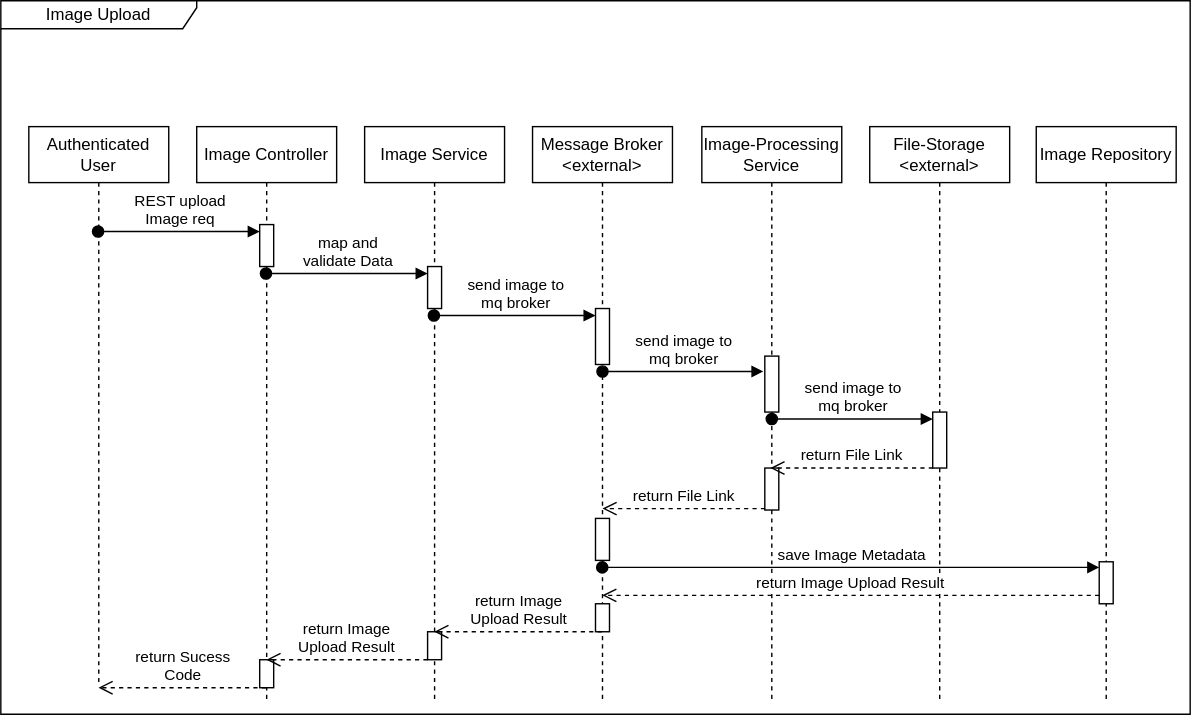
Z1rael/swa keeps this draw.io diagram as images/SWARC_Runtime_Image_Upload.drawio.svg. Above is the earlier version. Source tidied: cells renumbered, new cells last; positions are measured from the earlier drawing's top-left corner, leaving out a move shared by most shapes.
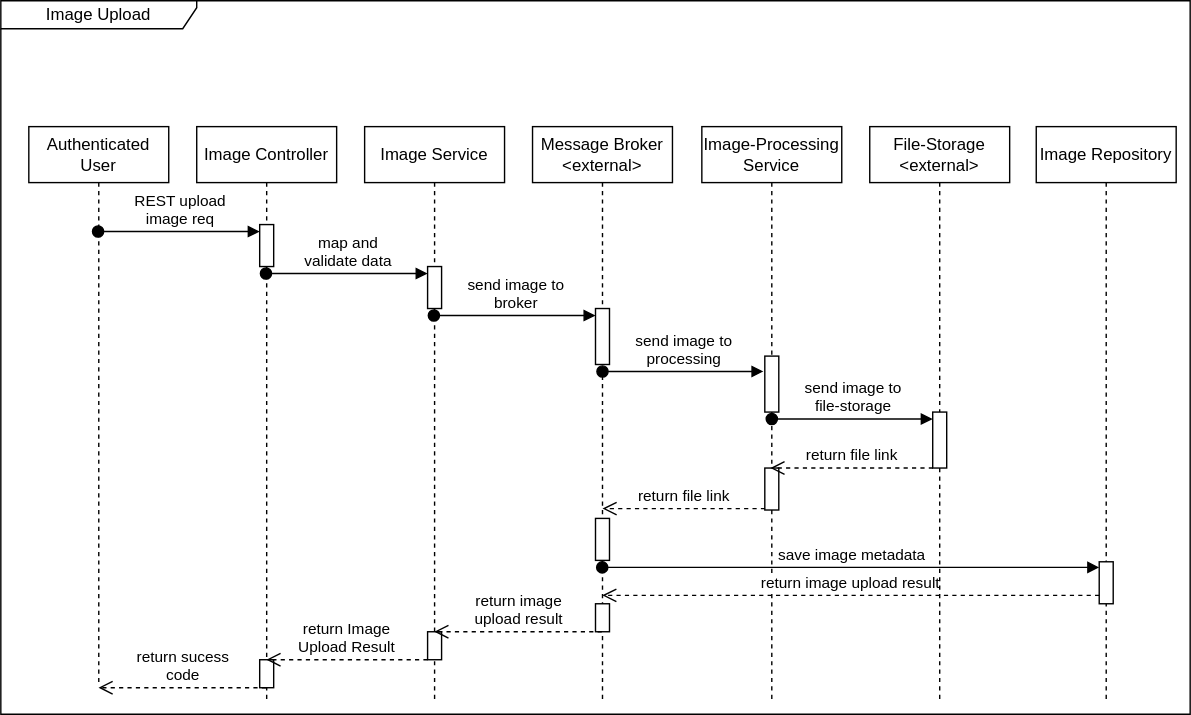
Later version of the same file.

Change to the diagram source:
```diff
@@ -41,13 +41,13 @@
     <mxCell id="14" value="Authenticated&lt;br&gt;User" style="shape=umlLifeline;perimeter=lifelinePerimeter;whiteSpace=wrap;html=1;outlineConnect=0;portConstraint=eastwest;newEdgeStyle={&quot;curved&quot;:0,&quot;rounded&quot;:0};" parent="1" vertex="1">
       <mxGeometry x="20" y="90" width="100" height="400" as="geometry" />
     </mxCell>
-    <mxCell id="15" value="REST upload&amp;nbsp;&lt;div&gt;Image req&lt;/div&gt;" style="html=1;verticalAlign=bottom;startArrow=oval;endArrow=block;startSize=8;curved=0;rounded=0;entryX=0;entryY=0;entryDx=0;entryDy=5;" parent="1" edge="1" source="14" target="4">
+    <mxCell id="15" value="REST upload&amp;nbsp;&lt;div&gt;image req&lt;/div&gt;" style="html=1;verticalAlign=bottom;startArrow=oval;endArrow=block;startSize=8;curved=0;rounded=0;entryX=0;entryY=0;entryDx=0;entryDy=5;" parent="1" edge="1" source="14" target="4">
       <mxGeometry relative="1" as="geometry" />
     </mxCell>
-    <mxCell id="16" value="map and &lt;br&gt;validate Data" style="html=1;verticalAlign=bottom;startArrow=oval;endArrow=block;startSize=8;curved=0;rounded=0;entryX=0;entryY=0;entryDx=0;entryDy=5;" parent="1" edge="1" source="3" target="6">
+    <mxCell id="16" value="map and &lt;br&gt;validate data" style="html=1;verticalAlign=bottom;startArrow=oval;endArrow=block;startSize=8;curved=0;rounded=0;entryX=0;entryY=0;entryDx=0;entryDy=5;" parent="1" edge="1" source="3" target="6">
       <mxGeometry relative="1" as="geometry" />
     </mxCell>
-    <mxCell id="17" value="send image to&amp;nbsp;&lt;div&gt;mq broker&lt;/div&gt;" style="html=1;verticalAlign=bottom;startArrow=oval;endArrow=block;startSize=8;curved=0;rounded=0;entryX=0;entryY=0;entryDx=0;entryDy=5;" parent="1" edge="1" source="5" target="8">
+    <mxCell id="17" value="send image to&amp;nbsp;&lt;div&gt;broker&lt;/div&gt;" style="html=1;verticalAlign=bottom;startArrow=oval;endArrow=block;startSize=8;curved=0;rounded=0;entryX=0;entryY=0;entryDx=0;entryDy=5;" parent="1" edge="1" source="5" target="8">
       <mxGeometry relative="1" as="geometry" />
     </mxCell>
     <mxCell id="18" value="Image-Processing Service" style="shape=umlLifeline;perimeter=lifelinePerimeter;whiteSpace=wrap;html=1;newEdgeStyle={&quot;curved&quot;:0,&quot;rounded&quot;:0};" parent="1" vertex="1">
@@ -59,25 +59,25 @@
     <mxCell id="20" style="html=1;perimeter=orthogonalPerimeter;targetShapes=umlLifeline;newEdgeStyle={&quot;curved&quot;:0,&quot;rounded&quot;:0};" parent="18" vertex="1">
       <mxGeometry x="45" y="244" width="10" height="30" as="geometry" />
     </mxCell>
-    <mxCell id="21" value="send image to&amp;nbsp;&lt;div&gt;mq broker&lt;/div&gt;" style="html=1;verticalAlign=bottom;startArrow=oval;endArrow=block;startSize=8;curved=0;rounded=0;entryX=0;entryY=0;entryDx=0;entryDy=5;" parent="1" edge="1">
+    <mxCell id="21" value="send image to&amp;nbsp;&lt;div&gt;processing&lt;/div&gt;" style="html=1;verticalAlign=bottom;startArrow=oval;endArrow=block;startSize=8;curved=0;rounded=0;entryX=0;entryY=0;entryDx=0;entryDy=5;" parent="1" edge="1">
       <mxGeometry relative="1" as="geometry">
         <mxPoint x="430" y="265" as="sourcePoint" />
         <mxPoint x="545" y="265" as="targetPoint" />
       </mxGeometry>
     </mxCell>
-    <mxCell id="22" value="send image to&amp;nbsp;&lt;div&gt;mq broker&lt;/div&gt;" style="html=1;verticalAlign=bottom;startArrow=oval;endArrow=block;startSize=8;curved=0;rounded=0;entryX=0;entryY=0;entryDx=0;entryDy=5;" parent="1" edge="1">
+    <mxCell id="22" value="send image to&amp;nbsp;&lt;div&gt;file-storage&lt;/div&gt;" style="html=1;verticalAlign=bottom;startArrow=oval;endArrow=block;startSize=8;curved=0;rounded=0;entryX=0;entryY=0;entryDx=0;entryDy=5;" parent="1" edge="1">
       <mxGeometry relative="1" as="geometry">
         <mxPoint x="551" y="299" as="sourcePoint" />
         <mxPoint x="666" y="299" as="targetPoint" />
       </mxGeometry>
     </mxCell>
-    <mxCell id="23" value="return File Link" style="html=1;verticalAlign=bottom;endArrow=open;dashed=1;endSize=8;curved=0;rounded=0;exitX=0;exitY=1;exitDx=0;exitDy=-5;" parent="1" edge="1">
+    <mxCell id="23" value="return file link" style="html=1;verticalAlign=bottom;endArrow=open;dashed=1;endSize=8;curved=0;rounded=0;exitX=0;exitY=1;exitDx=0;exitDy=-5;" parent="1" edge="1">
       <mxGeometry relative="1" as="geometry">
         <mxPoint x="666.2" y="334" as="sourcePoint" />
         <mxPoint x="550" y="334" as="targetPoint" />
       </mxGeometry>
     </mxCell>
-    <mxCell id="24" value="return File Link" style="html=1;verticalAlign=bottom;endArrow=open;dashed=1;endSize=8;curved=0;rounded=0;exitX=0;exitY=1;exitDx=0;exitDy=-5;" parent="1" edge="1">
+    <mxCell id="24" value="&lt;span style=&quot;color: rgb(0, 0, 0);&quot;&gt;return file link&lt;/span&gt;" style="html=1;verticalAlign=bottom;endArrow=open;dashed=1;endSize=8;curved=0;rounded=0;exitX=0;exitY=1;exitDx=0;exitDy=-5;" parent="1" edge="1">
       <mxGeometry relative="1" as="geometry">
         <mxPoint x="546.2" y="363" as="sourcePoint" />
         <mxPoint x="430" y="363" as="targetPoint" />
@@ -92,17 +92,17 @@
     <mxCell id="27" style="html=1;perimeter=orthogonalPerimeter;targetShapes=umlLifeline;newEdgeStyle={&quot;curved&quot;:0,&quot;rounded&quot;:0};" parent="1" vertex="1">
       <mxGeometry x="425" y="431" width="10" height="20" as="geometry" />
     </mxCell>
-    <mxCell id="28" value="save Image Metadata" style="html=1;verticalAlign=bottom;startArrow=oval;endArrow=block;startSize=8;curved=0;rounded=0;" parent="1" edge="1" target="13">
+    <mxCell id="28" value="save image metadata" style="html=1;verticalAlign=bottom;startArrow=oval;endArrow=block;startSize=8;curved=0;rounded=0;" parent="1" edge="1" target="13">
       <mxGeometry relative="1" as="geometry">
         <mxPoint x="429.8" y="405" as="sourcePoint" />
       </mxGeometry>
     </mxCell>
-    <mxCell id="29" value="return Image Upload Result" style="html=1;verticalAlign=bottom;endArrow=open;dashed=1;endSize=8;curved=0;rounded=0;" parent="1" edge="1" source="13">
+    <mxCell id="29" value="return image upload result" style="html=1;verticalAlign=bottom;endArrow=open;dashed=1;endSize=8;curved=0;rounded=0;" parent="1" edge="1" source="13">
       <mxGeometry relative="1" as="geometry">
         <mxPoint x="429.8" y="425" as="targetPoint" />
       </mxGeometry>
     </mxCell>
-    <mxCell id="30" value="return Image&amp;nbsp;&lt;div&gt;Upload Result&lt;/div&gt;" style="html=1;verticalAlign=bottom;endArrow=open;dashed=1;endSize=8;curved=0;rounded=0;" parent="1" edge="1">
+    <mxCell id="30" value="&lt;span style=&quot;color: rgb(0, 0, 0);&quot;&gt;return image&amp;nbsp;&lt;/span&gt;&lt;div&gt;&lt;span style=&quot;color: rgb(0, 0, 0);&quot;&gt;upload result&lt;/span&gt;&lt;/div&gt;" style="html=1;verticalAlign=bottom;endArrow=open;dashed=1;endSize=8;curved=0;rounded=0;" parent="1" edge="1">
       <mxGeometry relative="1" as="geometry">
         <mxPoint x="429.5" y="451" as="sourcePoint" />
         <mxPoint x="309.8" y="451" as="targetPoint" />
@@ -119,7 +119,7 @@
         </Array>
       </mxGeometry>
     </mxCell>
-    <mxCell id="32" value="&lt;div&gt;&lt;br&gt;&lt;/div&gt;return Sucess&lt;div&gt;&amp;nbsp;Code&lt;/div&gt;" style="html=1;verticalAlign=bottom;endArrow=open;dashed=1;endSize=8;curved=0;rounded=0;" parent="1" edge="1">
+    <mxCell id="32" value="&lt;div&gt;&lt;br&gt;&lt;/div&gt;return sucess&lt;div&gt;&amp;nbsp;code&lt;/div&gt;" style="html=1;verticalAlign=bottom;endArrow=open;dashed=1;endSize=8;curved=0;rounded=0;" parent="1" edge="1">
       <mxGeometry relative="1" as="geometry">
         <mxPoint x="189.5" y="491" as="sourcePoint" />
         <mxPoint x="69.8" y="491" as="targetPoint" />
```
